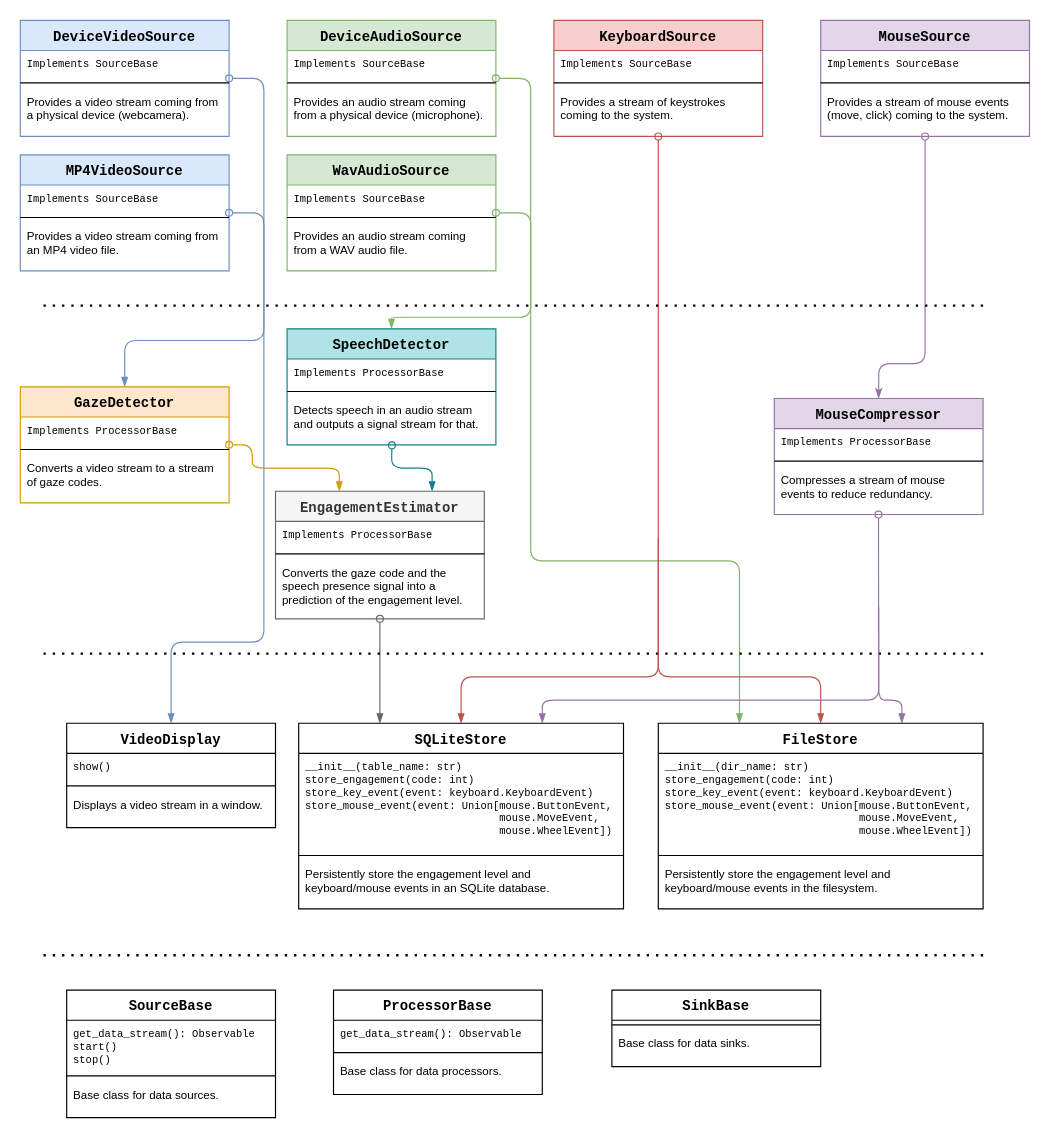
IamMaxim/vigilant-palm-tree keeps this draw.io diagram as documents/architecture.drawio. Above is the earlier version. Source tidied: cells renumbered, new cells numbered last; positions are measured from the earlier drawing's top-left corner, leaving out a move shared by most shapes. Both pictures are drawn from the tidied source at 116%, with x=0, y=0 at pixel (20, 20).
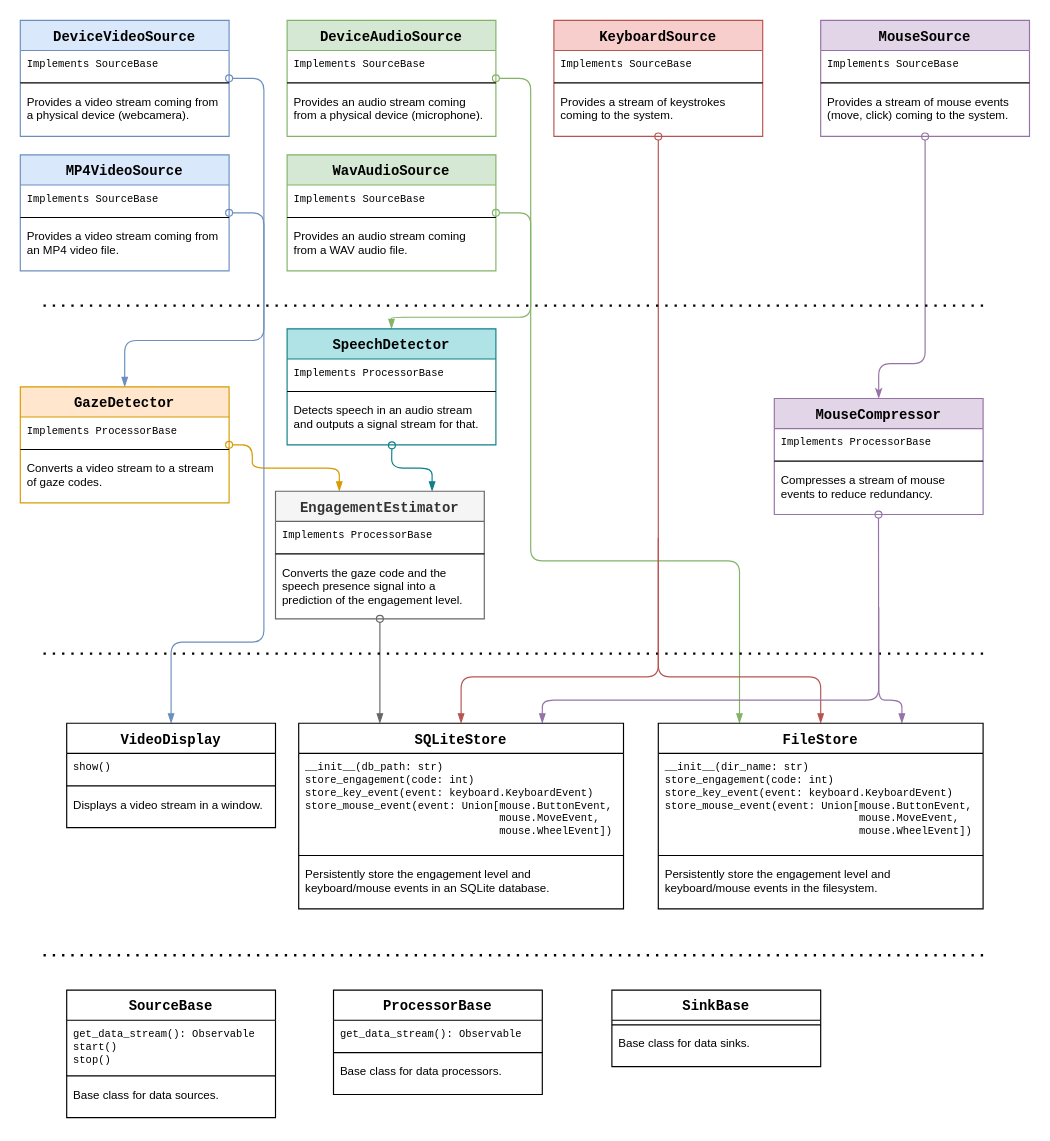
After the change.

Commit message:
Update the constructor for SQLiteStore

Unchanged cells that the change refers to:
```xml
<mxCell id="57" value="SQLiteStore" style="swimlane;fontStyle=1;align=center;verticalAlign=top;horizontal=1;startSize=26;fontFamily=Courier New;" parent="1" vertex="1">
  <mxGeometry x="240" y="606" width="280" height="160" as="geometry" />
</mxCell>
```

Change to the diagram source:
```diff
@@
-    <mxCell id="58" value="__init__(table_name: str)&#10;store_engagement(code: int)&#10;store_key_event(event: keyboard.KeyboardEvent)&#10;store_mouse_event(event: Union[mouse.ButtonEvent,&#10;                               mouse.MoveEvent,&#10;                               mouse.WheelEvent])" style="text;strokeColor=none;fillColor=none;align=left;verticalAlign=top;spacingLeft=4;spacingRight=4;overflow=hidden;fontFamily=Courier New;fontSize=9;" parent="57" vertex="1">
+    <mxCell id="58" value="__init__(db_path: str)&#10;store_engagement(code: int)&#10;store_key_event(event: keyboard.KeyboardEvent)&#10;store_mouse_event(event: Union[mouse.ButtonEvent,&#10;                               mouse.MoveEvent,&#10;                               mouse.WheelEvent])" style="text;strokeColor=none;fillColor=none;align=left;verticalAlign=top;spacingLeft=4;spacingRight=4;overflow=hidden;fontFamily=Courier New;fontSize=9;" parent="57" vertex="1">
       <mxGeometry y="26" width="280" height="84" as="geometry" />
     </mxCell>
```
